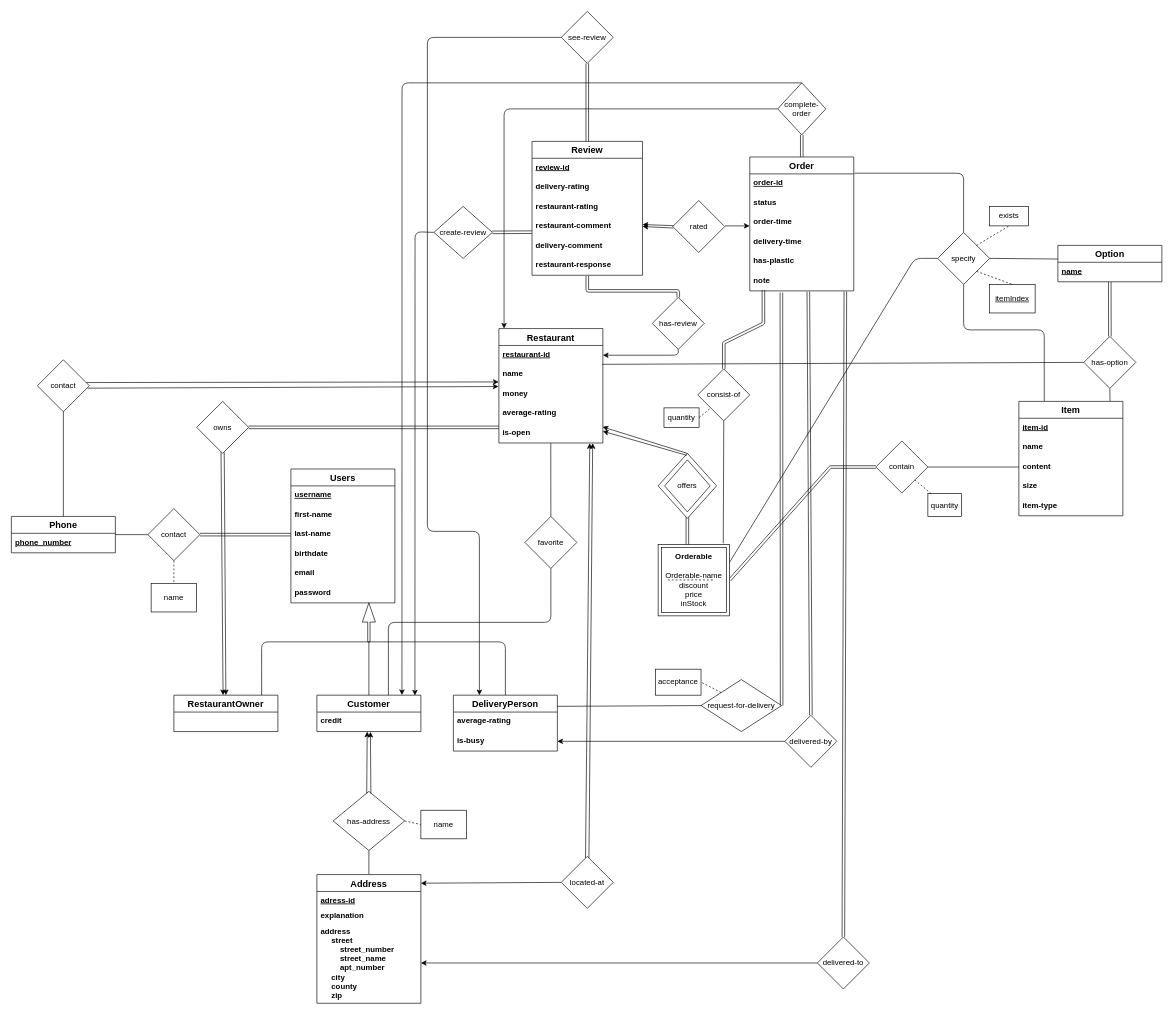
This is Proposal/FoodOrderDeliverySystemERDiagram.drawio from Bozcomlekci/CS353-Project, a draw.io file, before an edit. Source tidied: cells renumbered, new cells numbered last; positions are measured from the earlier drawing's top-left corner, leaving out a move shared by most shapes. Both pictures are drawn from the tidied source at 65%, with x=0, y=0 at pixel (11, 11).
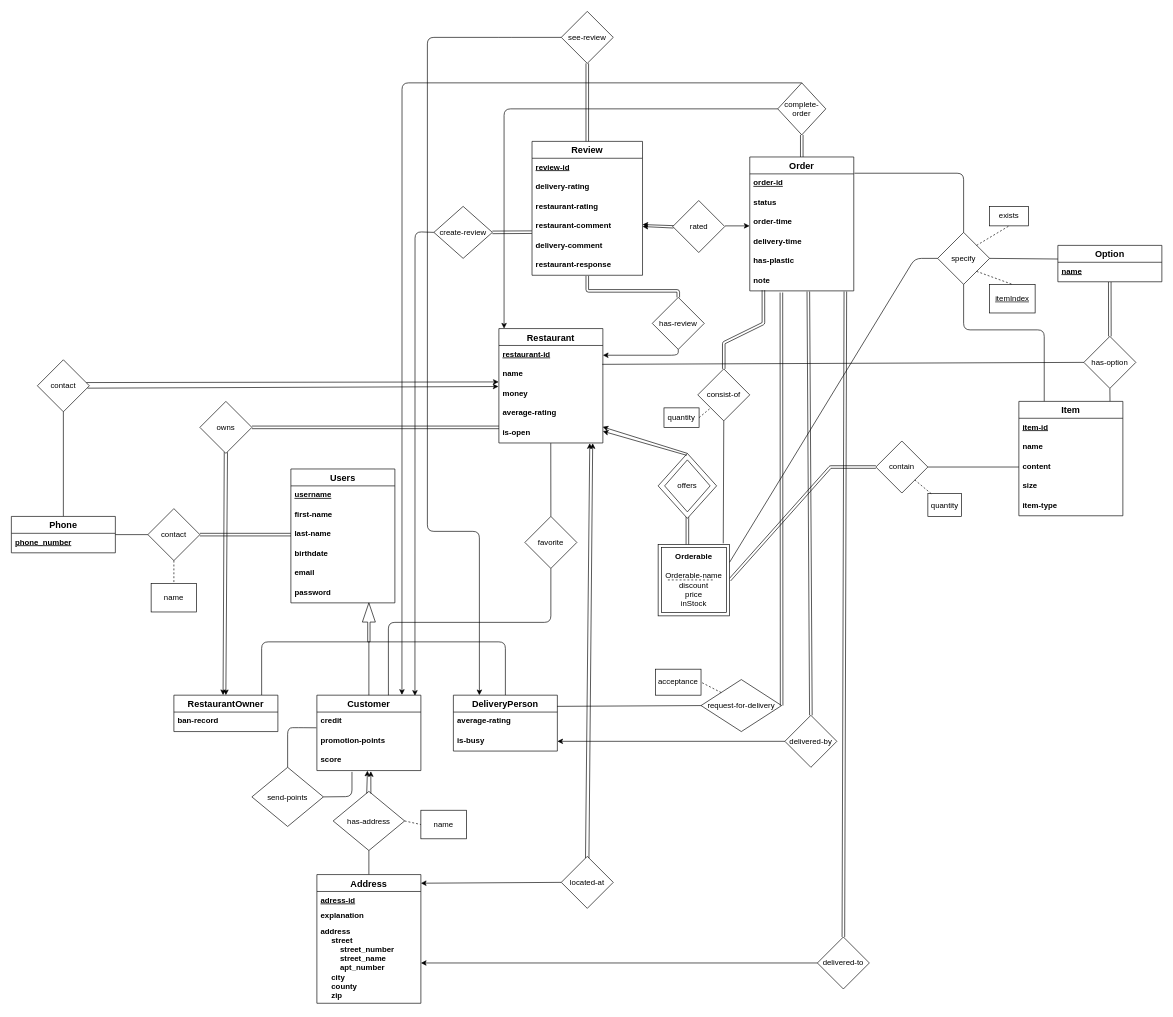
The same diagram, later.

Commit message:
Add promotion-points to customers

The change refers to these unchanged cells:
```xml
<mxCell id="32" value="has-address" style="rhombus;whiteSpace=wrap;html=1;" parent="1" vertex="1">
  <mxGeometry x="495" y="1200" width="110" height="91" as="geometry" />
</mxCell>
<mxCell id="51" value="RestaurantOwner" style="swimlane;fontStyle=1;horizontal=1;startSize=26;align=center;fontSize=14;" parent="1" vertex="1">
  <mxGeometry x="250" y="1052" width="160" height="56" as="geometry" />
</mxCell>
<mxCell id="54" value="credit" style="text;strokeColor=none;fillColor=none;spacingLeft=4;spacingRight=4;overflow=hidden;points=[[0,0.5],[1,0.5]];portConstraint=eastwest;fontSize=12;fontStyle=1;" parent="53" vertex="1">
  <mxGeometry y="26" width="160" height="30" as="geometry" />
</mxCell>
```

The edit, as a diff of the source:
```diff
@@
     <mxCell id="28" value="owns" style="rhombus;whiteSpace=wrap;html=1;" parent="1" vertex="1">
-      <mxGeometry x="285" y="600" width="80" height="80" as="geometry" />
+      <mxGeometry x="290" y="600" width="80" height="80" as="geometry" />
     </mxCell>
@@
-    <mxCell id="33" style="endArrow=classic;html=1;entryX=0.484;entryY=1.003;entryDx=0;entryDy=0;entryPerimeter=0;exitX=0.47;exitY=0.035;exitDx=0;exitDy=0;exitPerimeter=0;" parent="1" edge="1" source="32" target="54">
+    <mxCell id="33" style="endArrow=classic;html=1;exitX=0.47;exitY=0.035;exitDx=0;exitDy=0;exitPerimeter=0;entryX=0.486;entryY=1.007;entryDx=0;entryDy=0;entryPerimeter=0;" parent="1" edge="1" source="32" target="145">
       <mxGeometry relative="1" as="geometry" />
     </mxCell>
@@
+    <mxCell id="143" value="ban-record" style="text;strokeColor=none;fillColor=none;spacingLeft=4;spacingRight=4;overflow=hidden;fontSize=12;fontStyle=1;" parent="51" vertex="1">
+      <mxGeometry y="26" width="160" height="30" as="geometry" />
+    </mxCell>
@@
     <mxCell id="53" value="Customer" style="swimlane;fontStyle=1;horizontal=1;startSize=26;align=center;fontSize=14;" parent="1" vertex="1">
-      <mxGeometry x="470" y="1052" width="160" height="56" as="geometry" />
+      <mxGeometry x="470" y="1052" width="160" height="116" as="geometry" />
     </mxCell>
@@
+    <mxCell id="144" value="promotion-points" style="text;strokeColor=none;fillColor=none;spacingLeft=4;spacingRight=4;overflow=hidden;fontSize=12;fontStyle=1;" parent="53" vertex="1">
+      <mxGeometry y="56" width="160" height="30" as="geometry" />
+    </mxCell>
+    <mxCell id="145" value="score" style="text;strokeColor=none;fillColor=none;spacingLeft=4;spacingRight=4;overflow=hidden;points=[[0,0.5],[1,0.5]];portConstraint=eastwest;fontSize=12;fontStyle=1;" parent="53" vertex="1">
+      <mxGeometry y="86" width="160" height="30" as="geometry" />
+    </mxCell>
@@
-    <mxCell id="56" style="endArrow=classic;html=1;entryX=0.515;entryY=1.016;entryDx=0;entryDy=0;entryPerimeter=0;exitX=0.528;exitY=0.037;exitDx=0;exitDy=0;exitPerimeter=0;" parent="1" edge="1" source="32" target="54">
-      <mxGeometry relative="1" as="geometry" />
+    <mxCell id="56" style="endArrow=classic;html=1;exitX=0.528;exitY=0.037;exitDx=0;exitDy=0;exitPerimeter=0;" parent="1" edge="1" source="32">
+      <mxGeometry relative="1" as="geometry">
+        <mxPoint x="553" y="1169" as="targetPoint" />
+      </mxGeometry>
     </mxCell>
@@
+    <mxCell id="146" value="send-points" style="rhombus;whiteSpace=wrap;html=1;" parent="1" vertex="1">
+      <mxGeometry x="370" y="1163" width="110" height="91" as="geometry" />
+    </mxCell>
+    <mxCell id="147" style="endArrow=none;html=1;exitX=0.5;exitY=0;exitDx=0;exitDy=0;entryX=-0.005;entryY=0.806;entryDx=0;entryDy=0;entryPerimeter=0;" parent="1" edge="1" source="146" target="54">
+      <mxGeometry relative="1" as="geometry">
+        <Array as="points">
+          <mxPoint x="425" y="1102" />
+          <mxPoint x="440" y="1102" />
+        </Array>
+      </mxGeometry>
+    </mxCell>
+    <mxCell id="148" style="endArrow=none;html=1;exitX=1;exitY=0.5;exitDx=0;exitDy=0;" parent="1" edge="1" source="146">
+      <mxGeometry relative="1" as="geometry">
+        <mxPoint x="524" y="1170" as="targetPoint" />
+        <Array as="points">
+          <mxPoint x="524" y="1208" />
+        </Array>
+      </mxGeometry>
+    </mxCell>
```
